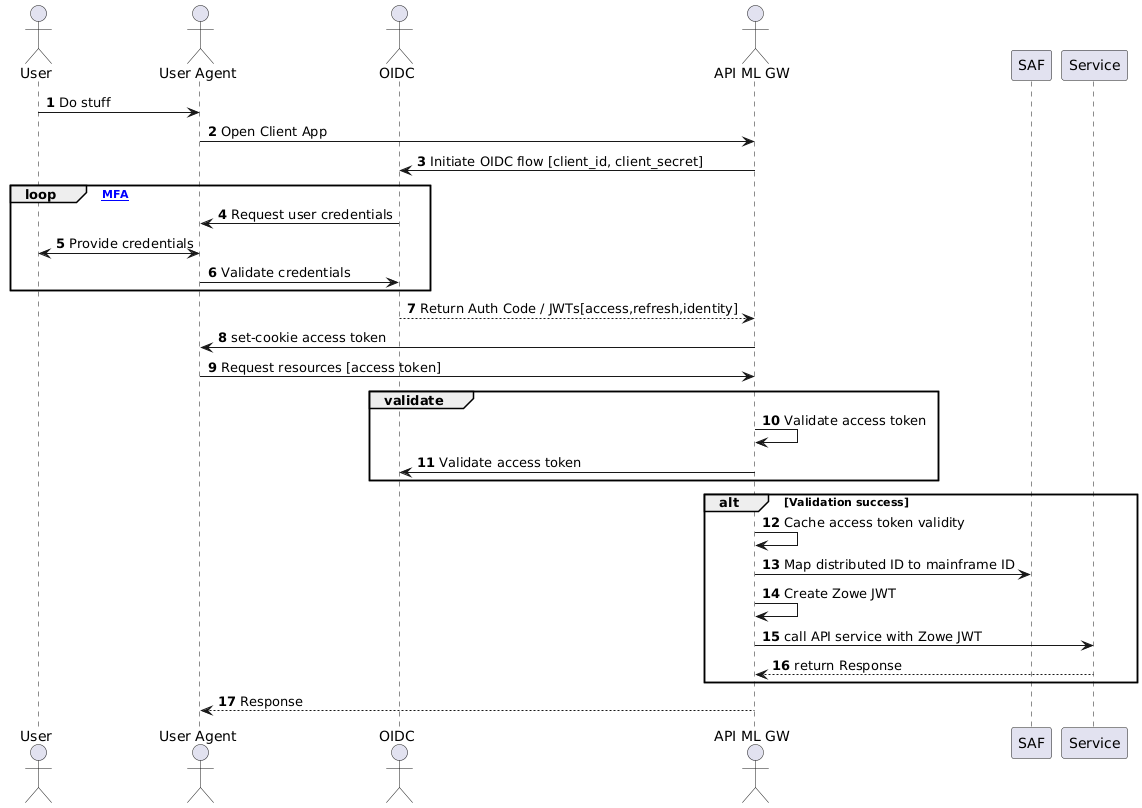
Before: docs/images/api-mediation/apiml-oidc-auth-seq.png, a diagram exported from PlantUML (zowe/docs-site).
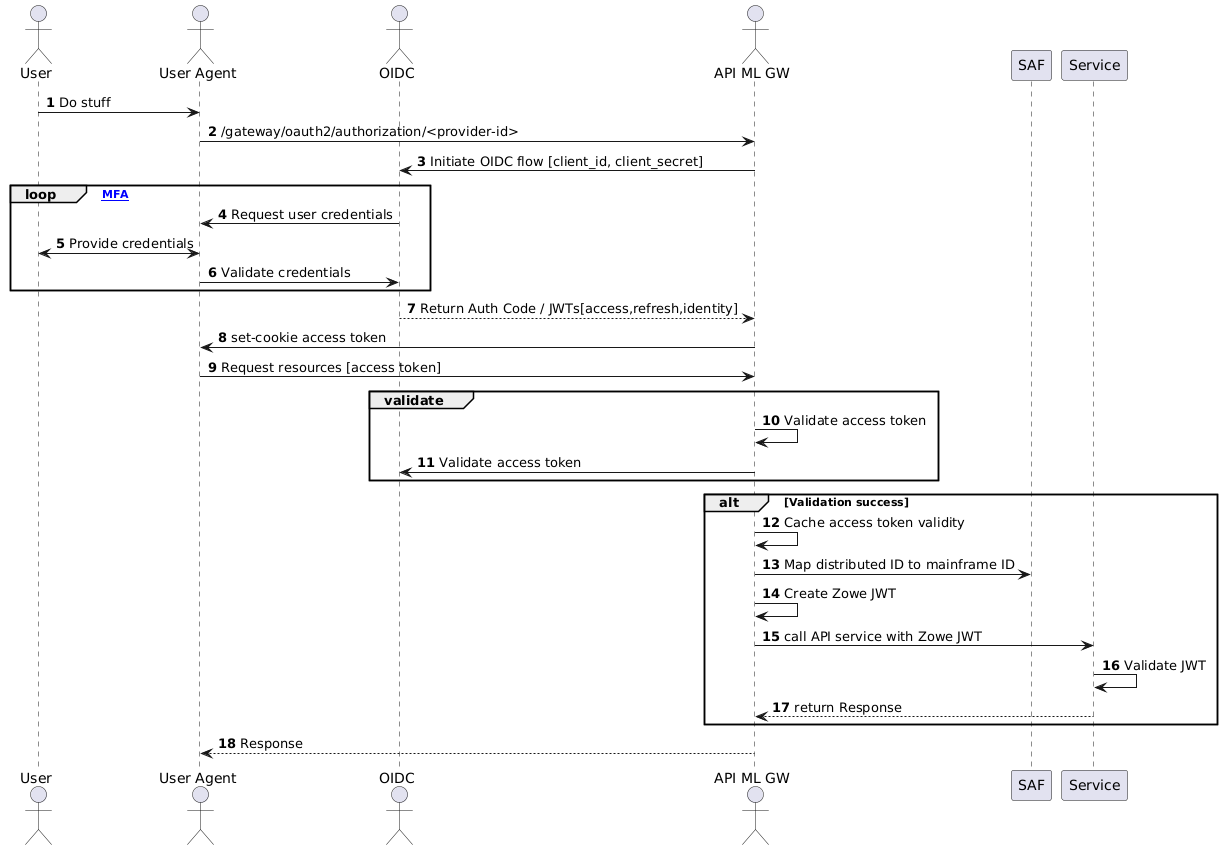
Above is the later version.

Diff of the diagram source:
```diff
@@ -7,7 +7,7 @@
 actor "API ML GW" as GW
 
 User -> Agent: Do stuff
-Agent -> GW: Open Client App
+Agent -> GW: /gateway/oauth2/authorization/<provider-id>
 GW -> OIDC: Initiate OIDC flow [client_id, client_secret]
 loop [MFA]
 OIDC -> Agent: Request user credentials
@@ -26,6 +26,7 @@
 GW -> SAF: Map distributed ID to mainframe ID
 GW -> GW: Create Zowe JWT
 GW -> Service: call API service with Zowe JWT
+Service -> Service: Validate JWT
 Service --> GW: return Response
 end
 GW --> Agent: Response
```
